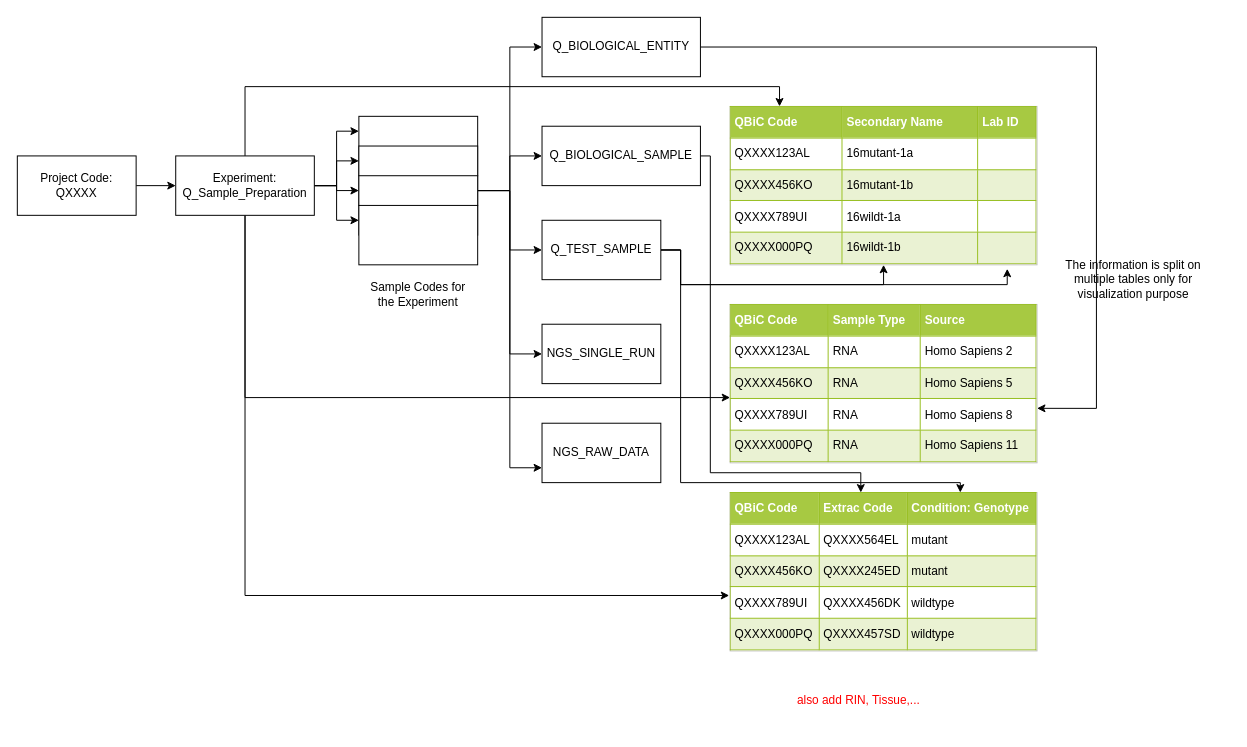
qbicsoftware-archive/metadata-utils-lib keeps this draw.io diagram as DataFlow.drawio. Above is the earlier version. Source tidied: cells renumbered, new cells numbered last; positions are measured from the earlier drawing's top-left corner, leaving out a move shared by most shapes. Both pictures are drawn from the tidied source at 99%, with x=0, y=0 at pixel (17, 17).
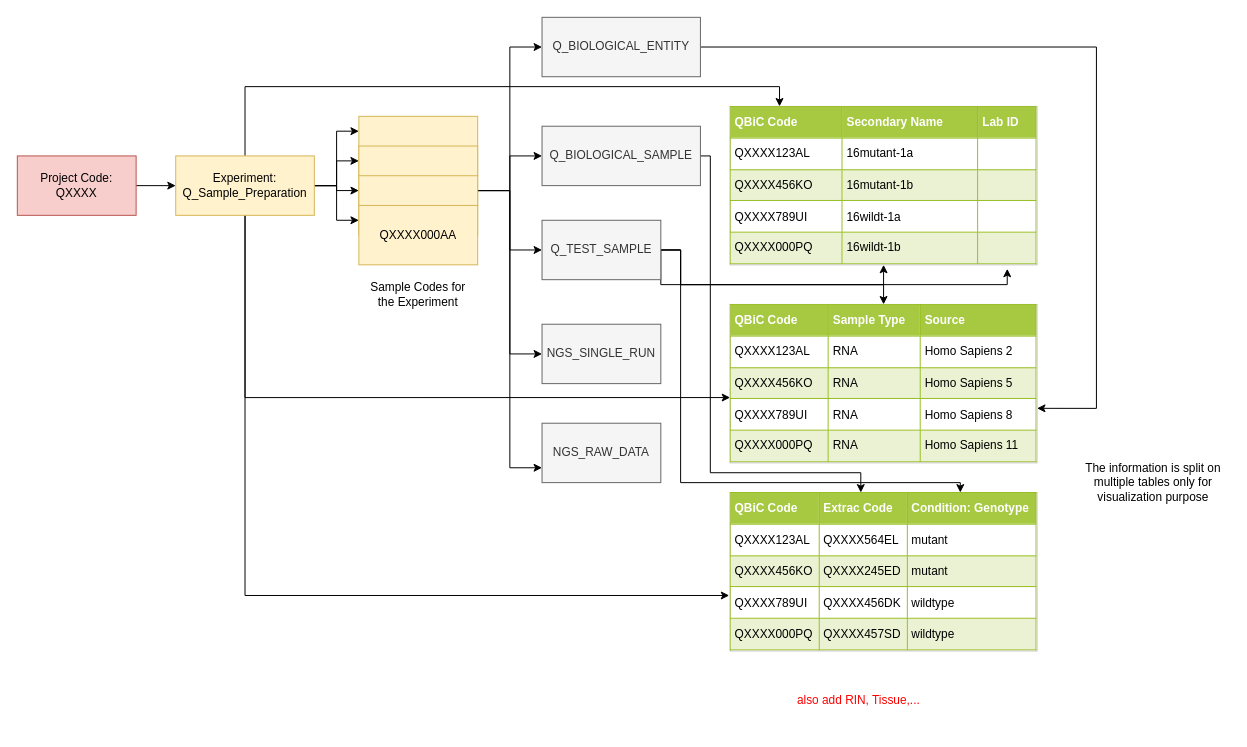
Above is the later version.

Unchanged cells that the change refers to:
```xml
<mxCell id="33" value="&lt;table style=&quot;width: 100% ; height: 100% ; border-collapse: collapse&quot; width=&quot;100%&quot; cellpadding=&quot;4&quot; border=&quot;1&quot;&gt;&lt;tbody&gt;&lt;tr style=&quot;background-color: #a7c942 ; color: #ffffff ; border: 1px solid #98bf21&quot;&gt;&lt;th align=&quot;left&quot;&gt;QBiC Code&lt;br&gt;&lt;/th&gt;&lt;th align=&quot;left&quot;&gt;Sample Type&lt;br&gt;&lt;/th&gt;&lt;th align=&quot;left&quot;&gt;Source&lt;/th&gt;&lt;/tr&gt;&lt;tr style=&quot;border: 1px solid #98bf21&quot;&gt;&lt;td&gt;QXXXX123AL&lt;/td&gt;&lt;td&gt;RNA&lt;br&gt;&lt;/td&gt;&lt;td&gt;Homo Sapiens 2&lt;/td&gt;&lt;/tr&gt;&lt;tr style=&quot;background-color: #eaf2d3 ; border: 1px solid #98bf21&quot;&gt;&lt;td&gt;QXXXX456KO&lt;/td&gt;&lt;td&gt;RNA&lt;br&gt;&lt;/td&gt;&lt;td&gt;Homo Sapiens 5&lt;/td&gt;&lt;/tr&gt;&lt;tr style=&quot;border: 1px solid #98bf21&quot;&gt;&lt;td&gt;QXXXX789UI&lt;/td&gt;&lt;td&gt;RNA&lt;br&gt;&lt;/td&gt;&lt;td&gt;Homo Sapiens 8&lt;/td&gt;&lt;/tr&gt;&lt;tr style=&quot;background-color: #eaf2d3 ; border: 1px solid #98bf21&quot;&gt;&lt;td&gt;QXXXX000PQ&lt;/td&gt;&lt;td&gt;RNA&lt;br&gt;&lt;/td&gt;&lt;td&gt;Homo Sapiens 11&lt;/td&gt;&lt;/tr&gt;&lt;/tbody&gt;&lt;/table&gt;" style="text;html=1;strokeColor=#c0c0c0;fillColor=#ffffff;overflow=fill;rounded=0;" parent="1" vertex="1">
  <mxGeometry x="720" y="290" width="310" height="160" as="geometry" />
</mxCell>
```

The edit, as a diff of the source:
```diff
@@
-    <mxCell id="3" value="&lt;div&gt;Project Code:&lt;/div&gt;&lt;div&gt;QXXXX&lt;br&gt;&lt;/div&gt;" style="rounded=0;whiteSpace=wrap;html=1;" parent="1" vertex="1">
+    <mxCell id="3" value="&lt;div&gt;Project Code:&lt;/div&gt;&lt;div&gt;QXXXX&lt;br&gt;&lt;/div&gt;" style="rounded=0;whiteSpace=wrap;html=1;fillColor=#f8cecc;strokeColor=#b85450;" parent="1" vertex="1">
       <mxGeometry y="140" width="120" height="60" as="geometry" />
     </mxCell>
@@
-    <mxCell id="11" value="Experiment: Q_Sample_Preparation" style="rounded=0;whiteSpace=wrap;html=1;" parent="1" vertex="1">
+    <mxCell id="11" value="Experiment: Q_Sample_Preparation" style="rounded=0;whiteSpace=wrap;html=1;fillColor=#fff2cc;strokeColor=#d6b656;" parent="1" vertex="1">
       <mxGeometry x="160" y="140" width="140" height="60" as="geometry" />
     </mxCell>
-    <mxCell id="12" style="rounded=0;whiteSpace=wrap;html=1;" parent="1" vertex="1">
+    <mxCell id="12" style="rounded=0;whiteSpace=wrap;html=1;fillColor=#fff2cc;strokeColor=#d6b656;" parent="1" vertex="1">
       <mxGeometry x="345" y="100" width="120" height="60" as="geometry" />
     </mxCell>
-    <mxCell id="13" style="rounded=0;whiteSpace=wrap;html=1;" parent="1" vertex="1">
+    <mxCell id="13" style="rounded=0;whiteSpace=wrap;html=1;fillColor=#fff2cc;strokeColor=#d6b656;" parent="1" vertex="1">
       <mxGeometry x="345" y="130" width="120" height="60" as="geometry" />
     </mxCell>
@@
-    <mxCell id="19" style="rounded=0;whiteSpace=wrap;html=1;" parent="1" vertex="1">
+    <mxCell id="19" style="rounded=0;whiteSpace=wrap;html=1;fillColor=#fff2cc;strokeColor=#d6b656;" parent="1" vertex="1">
       <mxGeometry x="345" y="160" width="120" height="60" as="geometry" />
     </mxCell>
-    <mxCell id="20" style="rounded=0;whiteSpace=wrap;html=1;" parent="1" vertex="1">
+    <mxCell id="20" value="QXXXX000AA" style="rounded=0;whiteSpace=wrap;html=1;fillColor=#fff2cc;strokeColor=#d6b656;" parent="1" vertex="1">
       <mxGeometry x="345" y="190" width="120" height="60" as="geometry" />
     </mxCell>
@@
-    <mxCell id="23" value="Q_BIOLOGICAL_ENTITY" style="rounded=0;whiteSpace=wrap;html=1;" parent="1" vertex="1">
+    <mxCell id="23" value="Q_BIOLOGICAL_ENTITY" style="rounded=0;whiteSpace=wrap;html=1;fillColor=#f5f5f5;strokeColor=#666666;fontColor=#333333;" parent="1" vertex="1">
       <mxGeometry x="530" width="160" height="60" as="geometry" />
     </mxCell>
@@
-    <mxCell id="25" value="Q_BIOLOGICAL_SAMPLE" style="rounded=0;whiteSpace=wrap;html=1;" parent="1" vertex="1">
+    <mxCell id="25" value="Q_BIOLOGICAL_SAMPLE" style="rounded=0;whiteSpace=wrap;html=1;fillColor=#f5f5f5;strokeColor=#666666;fontColor=#333333;" parent="1" vertex="1">
       <mxGeometry x="530" y="110" width="160" height="60" as="geometry" />
     </mxCell>
@@
+    <mxCell id="37" style="edgeStyle=orthogonalEdgeStyle;rounded=0;jettySize=auto;html=1;exitX=1;exitY=0.5;exitDx=0;exitDy=0;" parent="1" edge="1" source="29" target="33">
+      <mxGeometry relative="1" as="geometry">
+        <Array as="points">
+          <mxPoint x="650" y="270" />
+          <mxPoint x="875" y="270" />
+        </Array>
+      </mxGeometry>
+    </mxCell>
-    <mxCell id="29" value="Q_TEST_SAMPLE" style="rounded=0;whiteSpace=wrap;html=1;" parent="1" vertex="1">
+    <mxCell id="29" value="Q_TEST_SAMPLE" style="rounded=0;whiteSpace=wrap;html=1;fillColor=#f5f5f5;strokeColor=#666666;fontColor=#333333;" parent="1" vertex="1">
       <mxGeometry x="530" y="205" width="120" height="60" as="geometry" />
     </mxCell>
-    <mxCell id="30" value="NGS_SINGLE_RUN" style="rounded=0;whiteSpace=wrap;html=1;" parent="1" vertex="1">
+    <mxCell id="30" value="NGS_SINGLE_RUN" style="rounded=0;whiteSpace=wrap;html=1;fillColor=#f5f5f5;strokeColor=#666666;fontColor=#333333;" parent="1" vertex="1">
       <mxGeometry x="530" y="310" width="120" height="60" as="geometry" />
     </mxCell>
@@
-    <mxCell id="32" value="NGS_RAW_DATA" style="rounded=0;whiteSpace=wrap;html=1;" parent="1" vertex="1">
+    <mxCell id="32" value="NGS_RAW_DATA" style="rounded=0;whiteSpace=wrap;html=1;fillColor=#f5f5f5;strokeColor=#666666;fontColor=#333333;" parent="1" vertex="1">
       <mxGeometry x="530" y="410" width="120" height="60" as="geometry" />
     </mxCell>
@@
     <mxCell id="34" value="The information is split on multiple tables only for visualization purpose" style="text;html=1;strokeColor=none;fillColor=none;align=center;verticalAlign=middle;whiteSpace=wrap;rounded=0;" parent="1" vertex="1">
-      <mxGeometry x="1050" y="235" width="155" height="60" as="geometry" />
+      <mxGeometry x="1070" y="440" width="155" height="60" as="geometry" />
     </mxCell>
```
